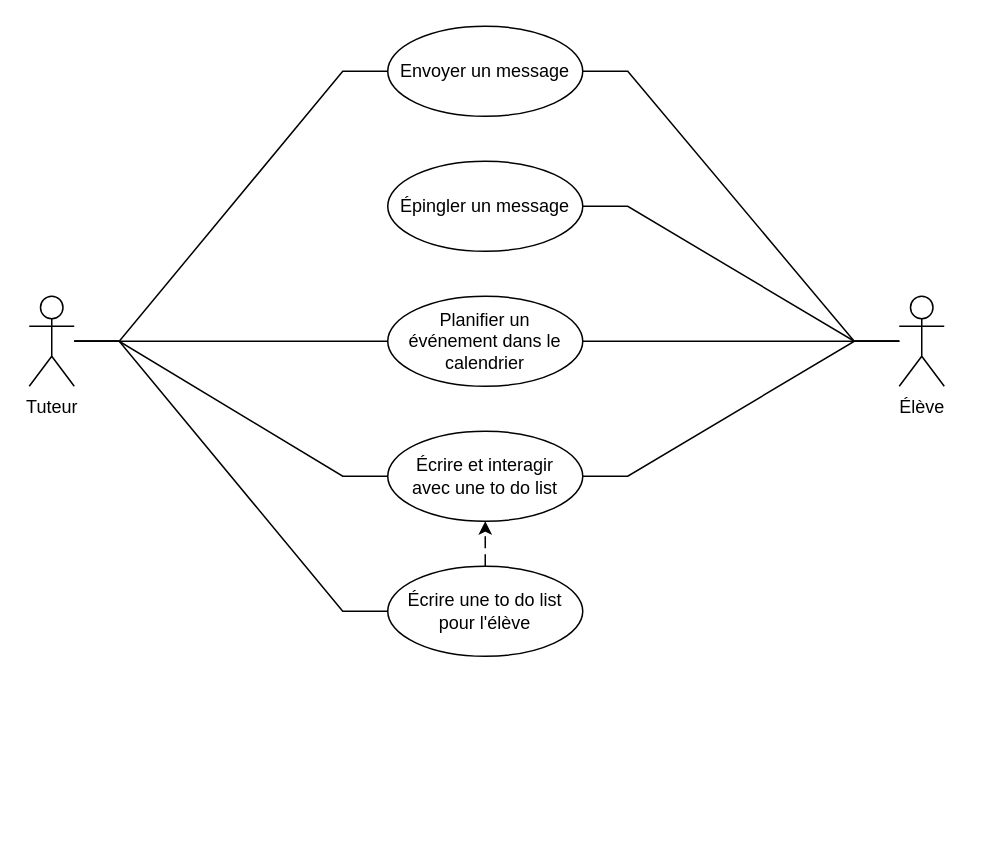
This is OC3-UML-Homeskolar-use-case-diagram.drawio from AlyxEugenot/OC-Courses, a draw.io file, before an edit. Source tidied: cells renumbered, new cells numbered last; positions are measured from the earlier drawing's top-left corner, leaving out a move shared by most shapes. Both pictures are drawn from the tidied source at 150%, with x=0, y=0 at pixel (-62, 26).
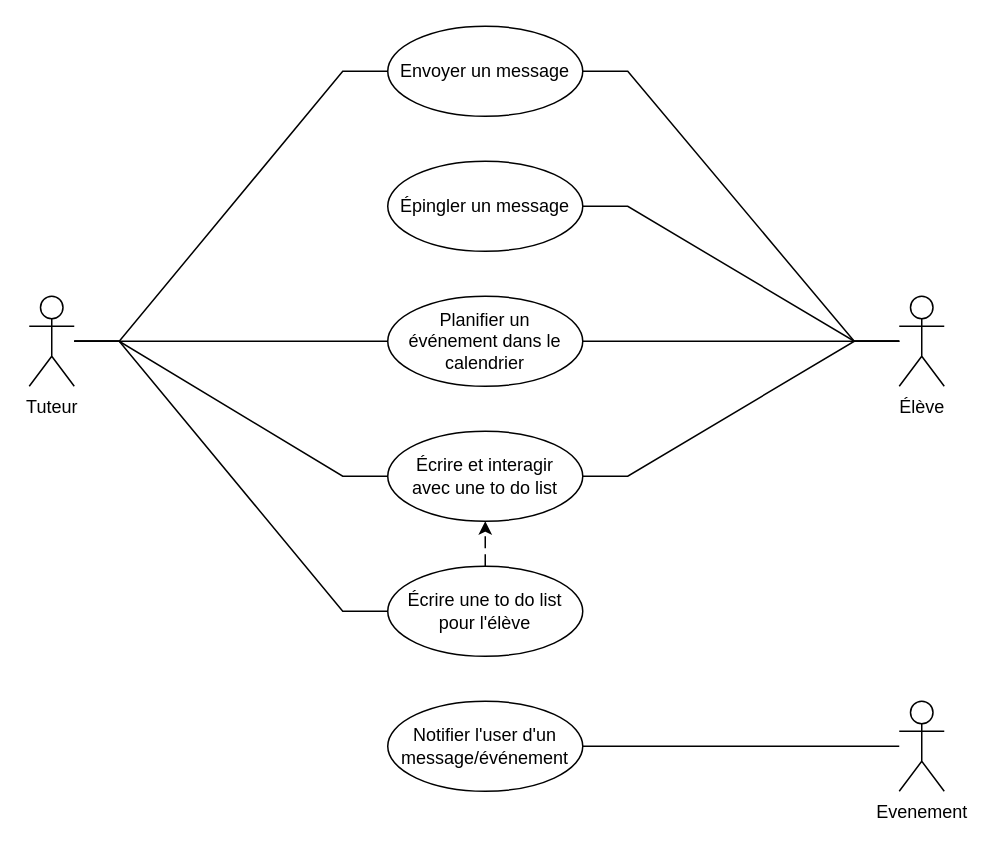
Above is the later version.

Commit message:
Mettre à jour OC3-UML-Homeskolar-use-case-diagram.drawio

Diff of the diagram source:
```diff
@@
+    <mxCell id="18" value="&lt;div&gt;Evenement&lt;/div&gt;" style="shape=umlActor;verticalLabelPosition=bottom;verticalAlign=top;html=1;outlineConnect=0;" parent="1" vertex="1">
+      <mxGeometry x="640" y="450" width="30" height="60" as="geometry" />
+    </mxCell>
+    <mxCell id="19" value="&lt;div&gt;Notifier l'user d'un message/événement&lt;br&gt;&lt;/div&gt;" style="ellipse;whiteSpace=wrap;html=1;spacingTop=0;spacingLeft=4;spacingRight=4;" parent="1" vertex="1">
+      <mxGeometry x="299" y="450" width="130" height="60" as="geometry" />
+    </mxCell>
+    <mxCell id="20" style="endArrow=none;html=1;rounded=0;edgeStyle=entityRelationEdgeStyle;" parent="1" edge="1" source="19" target="18">
+      <mxGeometry relative="1" as="geometry" />
+    </mxCell>
```
